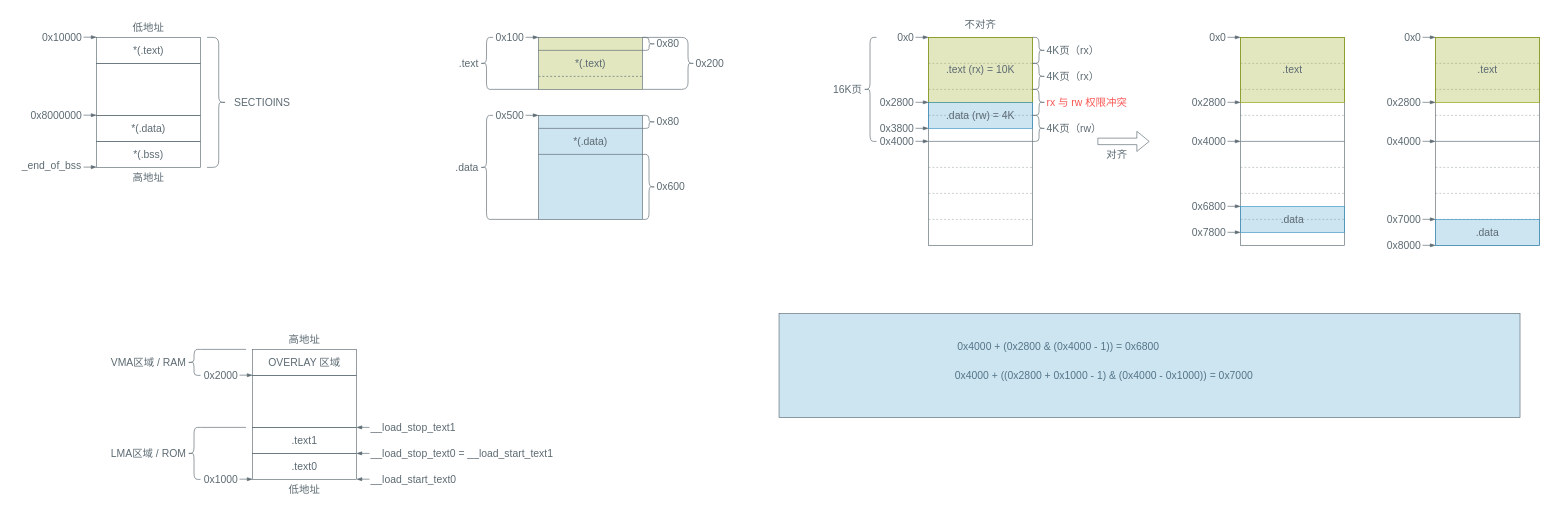
Before: content/posts/ld-linker-scripts/ld-linker-scripts.drawio in kingtuo123/blog, a draw.io diagram. Source tidied: cells renumbered, new cells numbered last; positions are measured from the earlier drawing's top-left corner, leaving out a move shared by most shapes. Both pictures are drawn from the tidied source at 65%, with x=0, y=0 at pixel (11, 11).
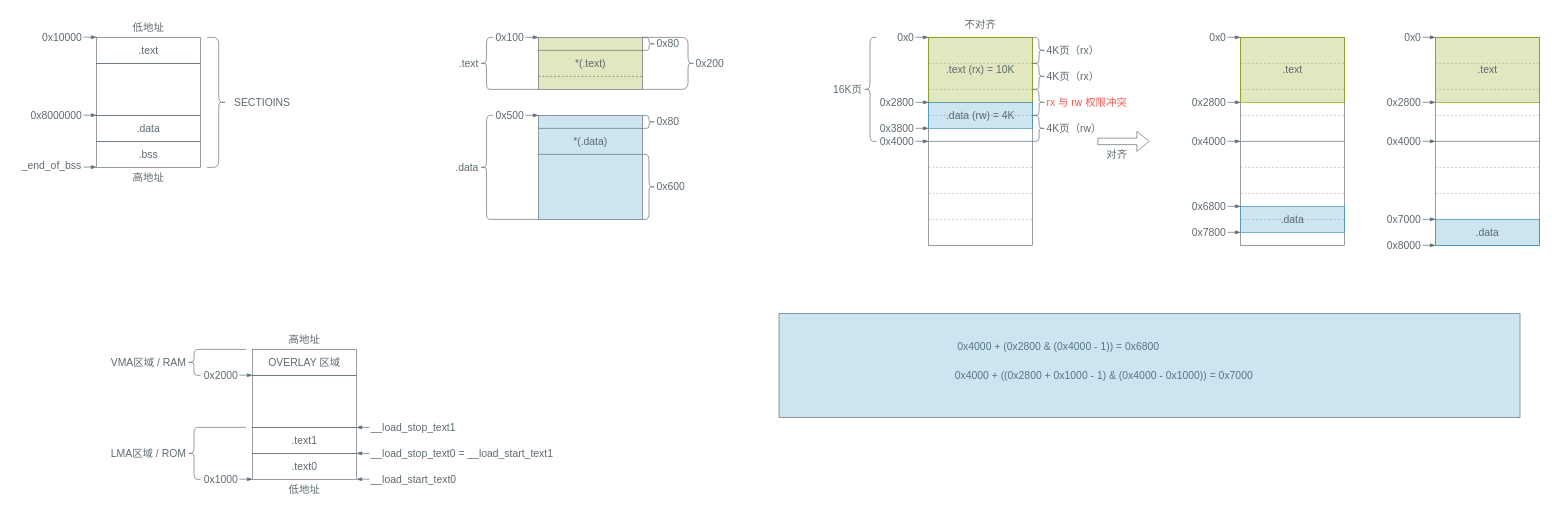
Above is the later version.

Diff of the diagram source:
```diff
@@
-    <mxCell id="3" value="&lt;div&gt;&lt;font style=&quot;color: light-dark(rgb(92, 106, 114), rgb(211, 198, 170)); font-size: 16px;&quot; face=&quot;LXGW WenKai Mono&quot;&gt;*(.text)&lt;/font&gt;&lt;/div&gt;" style="rounded=0;whiteSpace=wrap;html=1;fillColor=none;strokeColor=light-dark(#5C6A72,#D3C6AA);fontColor=light-dark(#5C6A72,#D3C6AA);" parent="1" vertex="1">
+    <mxCell id="3" value="&lt;div&gt;&lt;font style=&quot;color: light-dark(rgb(92, 106, 114), rgb(211, 198, 170)); font-size: 16px;&quot; face=&quot;LXGW WenKai Mono&quot;&gt;.text&lt;/font&gt;&lt;/div&gt;" style="rounded=0;whiteSpace=wrap;html=1;fillColor=none;strokeColor=light-dark(#5C6A72,#D3C6AA);fontColor=light-dark(#5C6A72,#D3C6AA);" parent="1" vertex="1">
       <mxGeometry x="131" y="40" width="160" height="40" as="geometry" />
     </mxCell>
-    <mxCell id="4" value="&lt;div&gt;&lt;font style=&quot;color: light-dark(rgb(92, 106, 114), rgb(211, 198, 170)); font-size: 16px;&quot; face=&quot;LXGW WenKai Mono&quot;&gt;*(.data)&lt;/font&gt;&lt;/div&gt;" style="rounded=0;whiteSpace=wrap;html=1;fillColor=none;strokeColor=light-dark(#5C6A72,#D3C6AA);fontColor=light-dark(#5C6A72,#D3C6AA);" parent="1" vertex="1">
+    <mxCell id="4" value="&lt;div&gt;&lt;font style=&quot;color: light-dark(rgb(92, 106, 114), rgb(211, 198, 170)); font-size: 16px;&quot; face=&quot;LXGW WenKai Mono&quot;&gt;.data&lt;/font&gt;&lt;/div&gt;" style="rounded=0;whiteSpace=wrap;html=1;fillColor=none;strokeColor=light-dark(#5C6A72,#D3C6AA);fontColor=light-dark(#5C6A72,#D3C6AA);" parent="1" vertex="1">
       <mxGeometry x="131" y="160" width="160" height="40" as="geometry" />
     </mxCell>
-    <mxCell id="5" value="&lt;div&gt;&lt;font style=&quot;color: light-dark(rgb(92, 106, 114), rgb(211, 198, 170)); font-size: 16px;&quot; face=&quot;LXGW WenKai Mono&quot;&gt;*(.bss)&lt;/font&gt;&lt;/div&gt;" style="rounded=0;whiteSpace=wrap;html=1;fillColor=none;strokeColor=light-dark(#5C6A72,#D3C6AA);fontColor=light-dark(#5C6A72,#D3C6AA);" parent="1" vertex="1">
+    <mxCell id="5" value="&lt;div&gt;&lt;font style=&quot;color: light-dark(rgb(92, 106, 114), rgb(211, 198, 170)); font-size: 16px;&quot; face=&quot;LXGW WenKai Mono&quot;&gt;.bss&lt;/font&gt;&lt;/div&gt;" style="rounded=0;whiteSpace=wrap;html=1;fillColor=none;strokeColor=light-dark(#5C6A72,#D3C6AA);fontColor=light-dark(#5C6A72,#D3C6AA);" parent="1" vertex="1">
       <mxGeometry x="131" y="200" width="160" height="40" as="geometry" />
     </mxCell>
```
